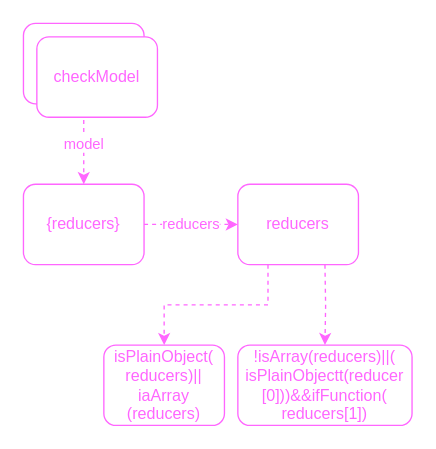
hexipei/draw.io keeps this draw.io diagram as page "src/checkModel" (2 of 7) of background-flutter/other/Dva-dva-core.drawio. Above is the earlier version. Source tidied: cells renumbered, new cells numbered last; positions are measured from the earlier drawing's top-left corner, leaving out a move shared by most shapes. Both pictures are drawn from the tidied source at 134%, with x=0, y=0 at pixel (23, 23).
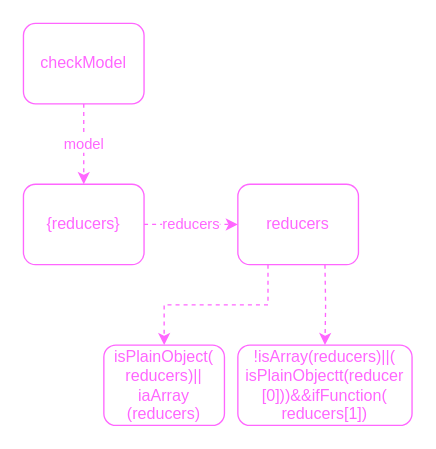
The same diagram, later.

Change to the diagram source:
```diff
@@
 <mxGraphModel>
   <root>
     <mxCell id="0" />
     <mxCell id="1" parent="0" />
     <mxCell id="2" value="model" style="edgeStyle=orthogonalEdgeStyle;rounded=0;jettySize=auto;html=1;exitX=0.5;exitY=1;exitDx=0;exitDy=0;entryX=0.5;entryY=0;entryDx=0;entryDy=0;dashed=1;strokeColor=#FF66FF;fontColor=#FF66FF;" parent="1" edge="1" source="3" target="5">
       <mxGeometry relative="1" as="geometry" />
     </mxCell>
     <mxCell id="3" value="checkModel" style="rounded=1;whiteSpace=wrap;html=1;strokeColor=#FF66FF;fontColor=#FF66FF;" parent="1" vertex="1">
       <mxGeometry width="90" height="60" as="geometry" />
     </mxCell>
     <mxCell id="4" value="reducers" style="edgeStyle=orthogonalEdgeStyle;rounded=0;jettySize=auto;html=1;exitX=1;exitY=0.5;exitDx=0;exitDy=0;entryX=0;entryY=0.5;entryDx=0;entryDy=0;dashed=1;strokeColor=#FF66FF;fontColor=#FF66FF;" parent="1" edge="1" source="5" target="8">
       <mxGeometry relative="1" as="geometry" />
     </mxCell>
     <mxCell id="5" value="{reducers}" style="rounded=1;whiteSpace=wrap;html=1;strokeColor=#FF66FF;fontColor=#FF66FF;" parent="1" vertex="1">
       <mxGeometry y="120" width="90" height="60" as="geometry" />
     </mxCell>
     <mxCell id="6" style="edgeStyle=orthogonalEdgeStyle;rounded=0;jettySize=auto;html=1;exitX=0.25;exitY=1;exitDx=0;exitDy=0;entryX=0.5;entryY=0;entryDx=0;entryDy=0;dashed=1;strokeColor=#FF66FF;fontColor=#FF66FF;" parent="1" edge="1" source="8" target="9">
       <mxGeometry relative="1" as="geometry" />
     </mxCell>
     <mxCell id="7" style="edgeStyle=orthogonalEdgeStyle;rounded=0;jettySize=auto;html=1;entryX=0.5;entryY=0;entryDx=0;entryDy=0;dashed=1;strokeColor=#FF66FF;fontColor=#FF66FF;" parent="1" edge="1" target="10">
       <mxGeometry relative="1" as="geometry">
         <mxPoint x="225" y="180" as="sourcePoint" />
       </mxGeometry>
     </mxCell>
     <mxCell id="8" value="reducers" style="rounded=1;whiteSpace=wrap;html=1;strokeColor=#FF66FF;fontColor=#FF66FF;" parent="1" vertex="1">
       <mxGeometry x="160" y="120" width="90" height="60" as="geometry" />
     </mxCell>
     <mxCell id="9" value="isPlainObject(&lt;br&gt;reducers)||&lt;br&gt;iaArray&lt;br&gt;(reducers)" style="rounded=1;whiteSpace=wrap;html=1;strokeColor=#FF66FF;fontColor=#FF66FF;" parent="1" vertex="1">
       <mxGeometry x="60" y="240" width="90" height="60" as="geometry" />
     </mxCell>
     <mxCell id="10" value="!isArray(reducers)||(&lt;br&gt;isPlainObjectt(reducer&lt;br&gt;[0]))&amp;amp;&amp;amp;ifFunction(&lt;br&gt;reducers[1])" style="rounded=1;whiteSpace=wrap;html=1;strokeColor=#FF66FF;fontColor=#FF66FF;" parent="1" vertex="1">
       <mxGeometry x="160" y="240" width="130" height="60" as="geometry" />
     </mxCell>
-    <mxCell id="11" value="checkModel" style="rounded=1;whiteSpace=wrap;html=1;strokeColor=#FF66FF;fontColor=#FF66FF;" parent="1" vertex="1">
-      <mxGeometry x="10" y="10" width="90" height="60" as="geometry" />
-    </mxCell>
   </root>
 </mxGraphModel>
```
